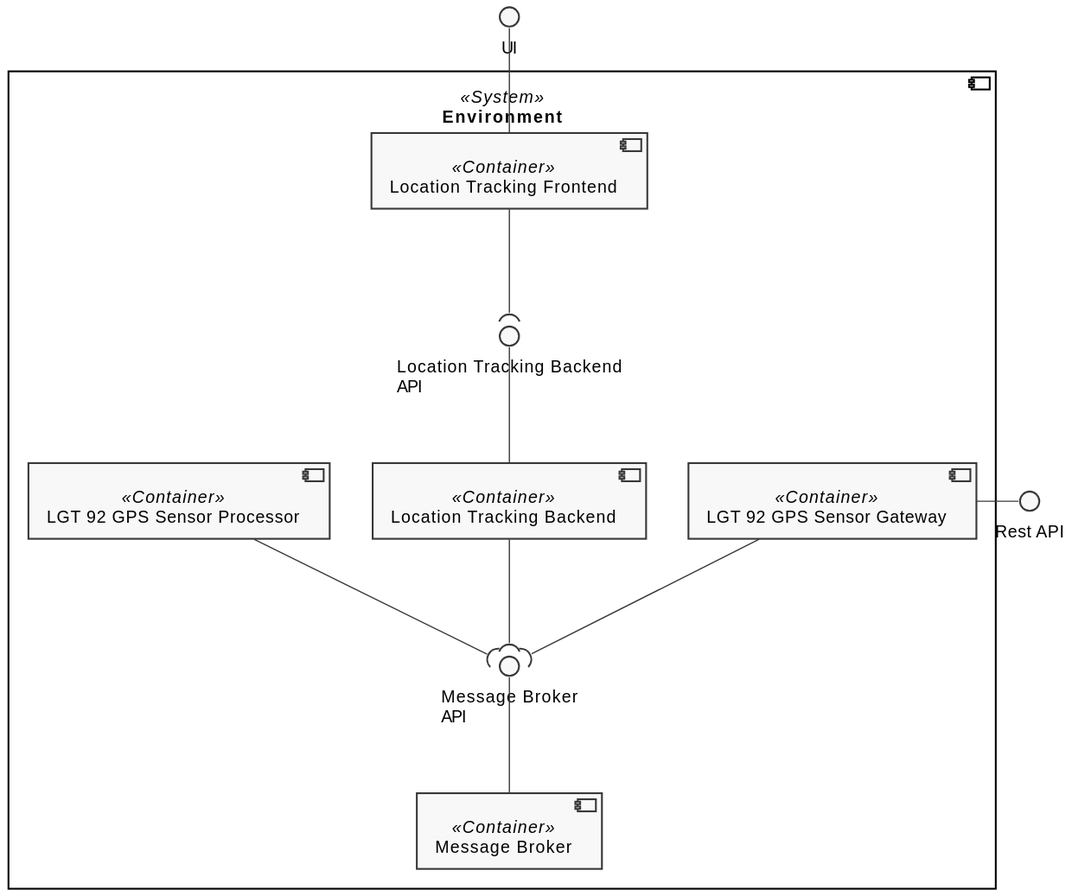
Earlier version of the PlantUML export docs/diagrams/logical-view-level2.svg (FilipeMCruz/sensae-console).
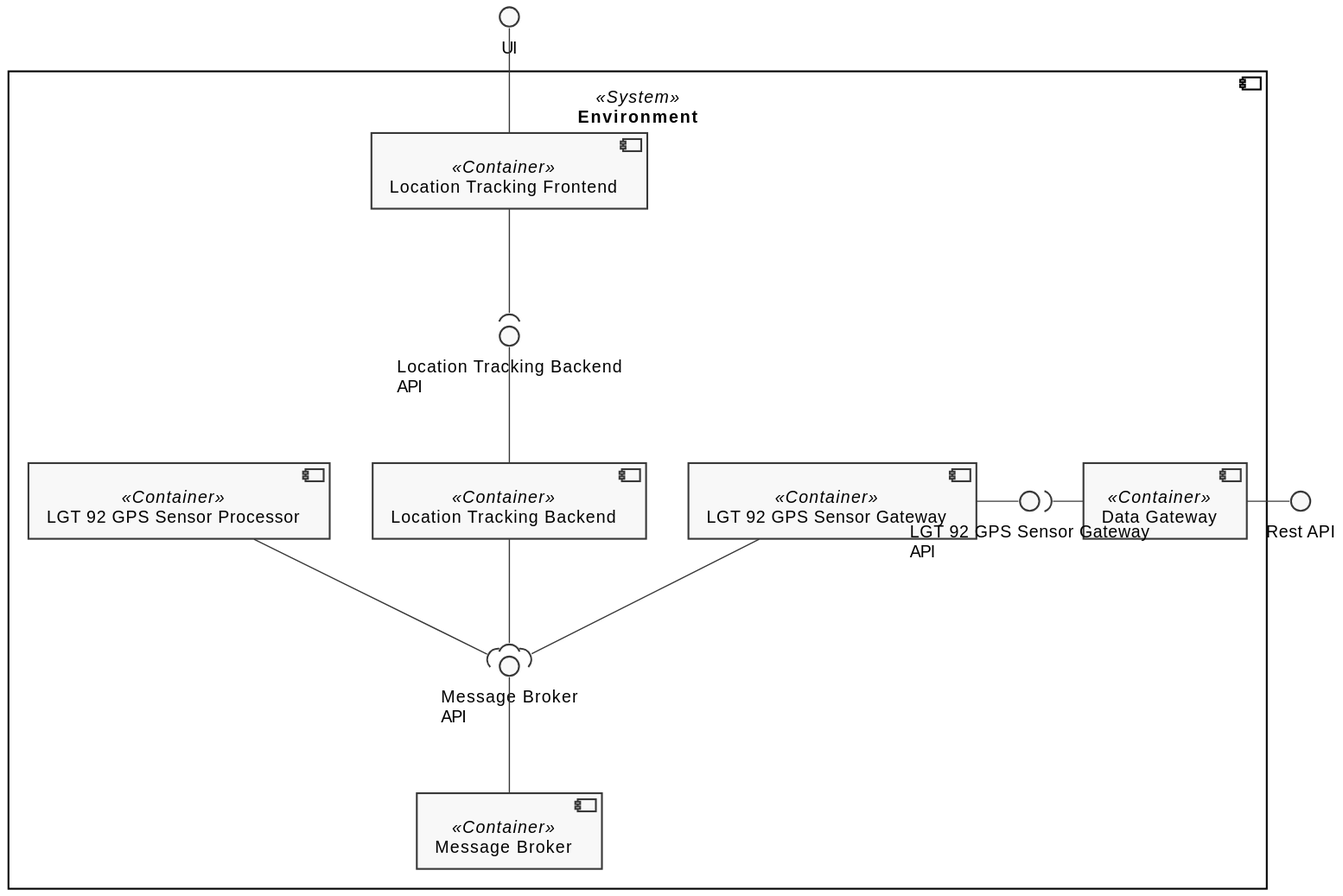
Above is the later version.

Diff of the diagram source:
```diff
@@ -16,13 +16,16 @@
     component "Location Tracking Frontend" as LTF <<Container>>
     component "LGT 92 GPS Sensor Processor" as LGT92GPSP <<Container>>
     component "LGT 92 GPS Sensor Gateway" as LGT92GPSG <<Container>>
+    component "Data Gateway" as DG <<Container>>
 
     interface "Message Broker\nAPI" as MB_API
     interface "Location Tracking Backend\nAPI" as LTB_API
+    interface "LGT 92 GPS Sensor Gateway\nAPI" as LGT92GPSG_API
 
     MB_API -- MB
     LTB_API -- LTB
     UI -- LTF
+    LGT92GPSG - LGT92GPSG_API
 
     LTF --( LTB_API
 
@@ -30,7 +33,8 @@
     LGT92GPSG --( MB_API
     LGT92GPSP --( MB_API
 
-    LGT92GPSG - IN_ENDPOINT
+    DG - IN_ENDPOINT
+    LGT92GPSG_API )- DG
 }
 
 @enduml
```
